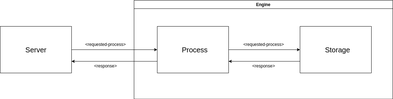
burakpadr/tuxdb keeps this draw.io diagram as docs/design/media/core-engine-design.png. Above is the earlier version. Source tidied: cells renumbered, new cells last; positions are measured from the earlier drawing's top-left corner, leaving out a move shared by most shapes.
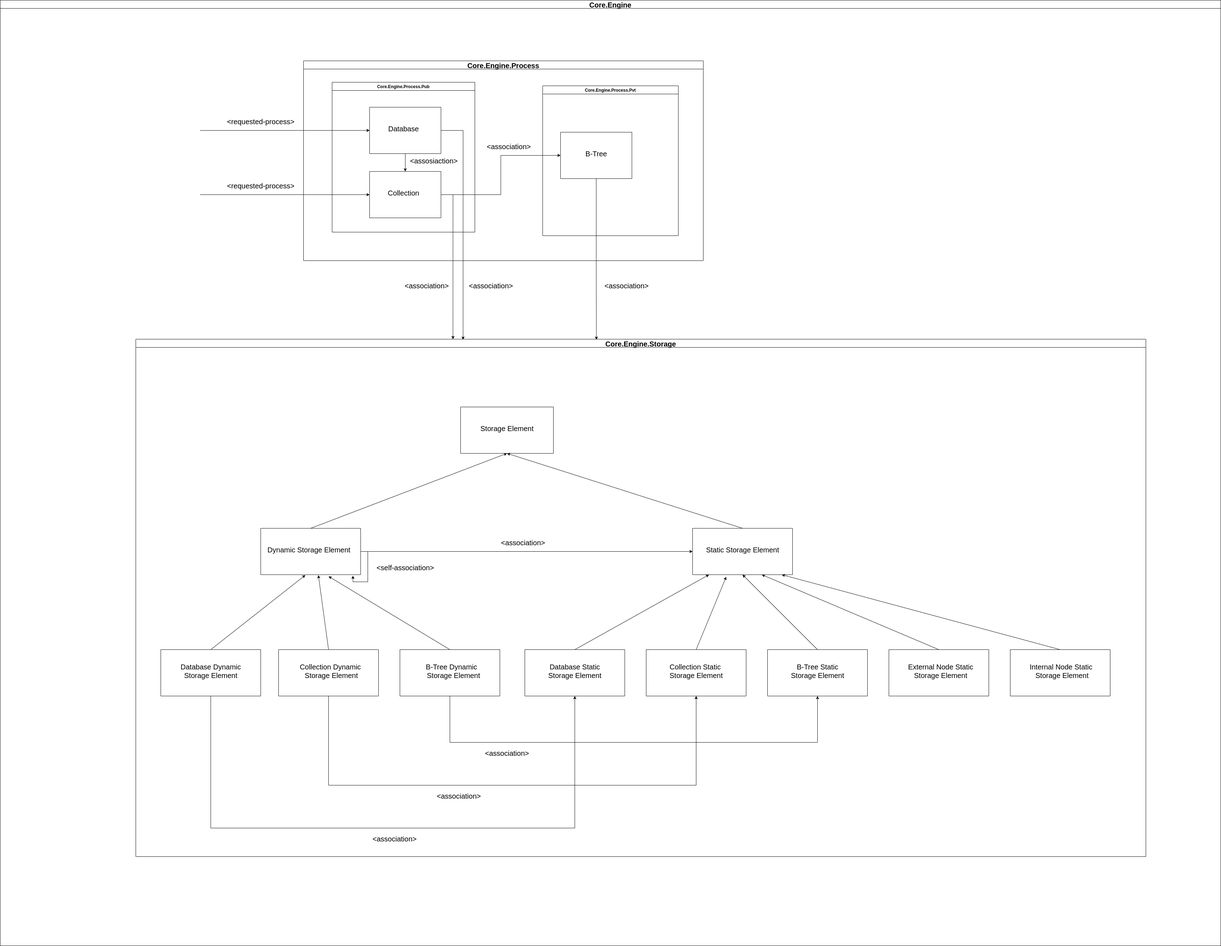
The same diagram one commit later.

What changed in the source:
```diff
@@ -2,50 +2,227 @@
   <root>
     <mxCell id="0" />
     <mxCell id="1" parent="0" />
-    <mxCell id="2" style="edgeStyle=orthogonalEdgeStyle;rounded=0;jettySize=auto;html=1;exitX=1;exitY=0.5;exitDx=0;exitDy=0;entryX=0;entryY=0.5;entryDx=0;entryDy=0;" parent="1" edge="1" source="3" target="13">
-      <mxGeometry relative="1" as="geometry" />
-    </mxCell>
-    <mxCell id="3" style="swimlane;startSize=0;" parent="1" vertex="1">
-      <mxGeometry y="72" width="200" height="130" as="geometry" />
-    </mxCell>
-    <mxCell id="4" value="&lt;font style=&quot;font-size: 20px&quot;&gt;Server&lt;/font&gt;" style="text;html=1;align=center;verticalAlign=middle;strokeColor=none;" parent="3" vertex="1">
-      <mxGeometry x="65" y="55" width="70" height="20" as="geometry" />
-    </mxCell>
-    <mxCell id="5" value="Engine" style="swimlane;" parent="1" vertex="1">
-      <mxGeometry x="375" y="-0.5" width="725" height="275" as="geometry" />
-    </mxCell>
-    <mxCell id="6" value="&lt;font style=&quot;font-size: 20px&quot;&gt;Process&lt;/font&gt;" style="text;html=1;align=center;verticalAlign=middle;strokeColor=none;" parent="5" vertex="1">
-      <mxGeometry x="125" y="127.5" width="90" height="20" as="geometry" />
-    </mxCell>
-    <mxCell id="7" style="swimlane;startSize=0;" parent="5" vertex="1">
-      <mxGeometry x="465" y="72.5" width="200" height="130" as="geometry" />
-    </mxCell>
-    <mxCell id="8" value="&lt;font style=&quot;font-size: 20px&quot;&gt;Storage&lt;/font&gt;" style="text;html=1;align=center;verticalAlign=middle;strokeColor=none;" parent="7" vertex="1">
-      <mxGeometry x="60" y="55" width="90" height="20" as="geometry" />
-    </mxCell>
-    <mxCell id="9" value="&amp;lt;requested-process&amp;gt;" style="text;html=1;align=center;verticalAlign=middle;strokeColor=none;" parent="5" vertex="1">
-      <mxGeometry x="297.5" y="112.5" width="130" height="20" as="geometry" />
-    </mxCell>
-    <mxCell id="10" value="&amp;lt;response&amp;gt;" style="text;html=1;align=center;verticalAlign=middle;strokeColor=none;" parent="5" vertex="1">
-      <mxGeometry x="322.5" y="172.5" width="80" height="20" as="geometry" />
-    </mxCell>
-    <mxCell id="11" style="edgeStyle=orthogonalEdgeStyle;rounded=0;jettySize=auto;html=1;exitX=1;exitY=0.5;exitDx=0;exitDy=0;entryX=0;entryY=0.5;entryDx=0;entryDy=0;" parent="1" edge="1" source="13" target="7">
-      <mxGeometry relative="1" as="geometry" />
-    </mxCell>
-    <mxCell id="12" style="edgeStyle=orthogonalEdgeStyle;rounded=0;jettySize=auto;html=1;exitX=0;exitY=0.75;exitDx=0;exitDy=0;entryX=1;entryY=0.75;entryDx=0;entryDy=0;" parent="1" edge="1" source="13" target="3">
-      <mxGeometry relative="1" as="geometry" />
-    </mxCell>
-    <mxCell id="13" style="swimlane;startSize=0;" parent="1" vertex="1">
-      <mxGeometry x="440" y="72" width="200" height="130" as="geometry" />
-    </mxCell>
-    <mxCell id="14" value="&amp;lt;requested-process&amp;gt;" style="text;html=1;align=center;verticalAlign=middle;strokeColor=none;" parent="1" vertex="1">
-      <mxGeometry x="230" y="112" width="130" height="20" as="geometry" />
-    </mxCell>
-    <mxCell id="15" style="edgeStyle=orthogonalEdgeStyle;rounded=0;jettySize=auto;html=1;exitX=0;exitY=0.75;exitDx=0;exitDy=0;entryX=1;entryY=0.75;entryDx=0;entryDy=0;" parent="1" edge="1" source="7" target="13">
-      <mxGeometry relative="1" as="geometry" />
-    </mxCell>
-    <mxCell id="16" value="&amp;lt;response&amp;gt;" style="text;html=1;align=center;verticalAlign=middle;strokeColor=none;" parent="1" vertex="1">
-      <mxGeometry x="255" y="172" width="80" height="20" as="geometry" />
-    </mxCell>
+    <mxCell id="17" value="Core.Engine.Process" style="swimlane;fontSize=20;" parent="1" vertex="1">
+      <mxGeometry x="190" y="-68" width="1120" height="560" as="geometry" />
+    </mxCell>
+    <mxCell id="18" value="Core.Engine.Process.Pub" style="swimlane;" parent="17" vertex="1">
+      <mxGeometry x="80" y="60" width="400" height="420" as="geometry" />
+    </mxCell>
+    <mxCell id="19" value="&lt;font style=&quot;font-size: 20px&quot;&gt;Database&lt;/font&gt;" style="text;html=1;align=center;verticalAlign=middle;strokeColor=none;" parent="18" vertex="1">
+      <mxGeometry x="150" y="120" width="100" height="20" as="geometry" />
+    </mxCell>
+    <mxCell id="20" value="&lt;font style=&quot;font-size: 20px&quot;&gt;Collection&lt;/font&gt;" style="text;html=1;align=center;verticalAlign=middle;strokeColor=none;" parent="18" vertex="1">
+      <mxGeometry x="150" y="300" width="100" height="20" as="geometry" />
+    </mxCell>
+    <mxCell id="21" value="&lt;font style=&quot;font-size: 20px&quot;&gt;&amp;lt;assosiaction&amp;gt;&lt;/font&gt;" style="text;html=1;align=center;verticalAlign=middle;strokeColor=none;" parent="18" vertex="1">
+      <mxGeometry x="210" y="210" width="150" height="20" as="geometry" />
+    </mxCell>
+    <mxCell id="22" style="swimlane;startSize=0;" parent="17" vertex="1">
+      <mxGeometry x="720" y="200" width="200" height="130" as="geometry" />
+    </mxCell>
+    <mxCell id="23" value="&lt;span style=&quot;font-size: 20px&quot;&gt;B-Tree&lt;/span&gt;" style="text;html=1;align=center;verticalAlign=middle;strokeColor=none;" parent="22" vertex="1">
+      <mxGeometry x="60" y="50" width="80" height="20" as="geometry" />
+    </mxCell>
+    <mxCell id="24" value="&lt;font style=&quot;font-size: 20px&quot;&gt;&amp;lt;association&amp;gt;&lt;/font&gt;" style="text;html=1;align=center;verticalAlign=middle;strokeColor=none;" parent="17" vertex="1">
+      <mxGeometry x="505" y="230" width="140" height="20" as="geometry" />
+    </mxCell>
+    <mxCell id="25" style="endArrow=classic;html=1;entryX=0;entryY=0.5;entryDx=0;entryDy=0;" parent="1" edge="1" target="29">
+      <mxGeometry relative="1" as="geometry">
+        <mxPoint x="-100" y="127" as="sourcePoint" />
+      </mxGeometry>
+    </mxCell>
+    <mxCell id="26" style="endArrow=classic;html=1;entryX=0;entryY=0.5;entryDx=0;entryDy=0;" parent="1" edge="1" target="32">
+      <mxGeometry relative="1" as="geometry">
+        <mxPoint x="-100" y="307" as="sourcePoint" />
+      </mxGeometry>
+    </mxCell>
+    <mxCell id="27" style="edgeStyle=orthogonalEdgeStyle;rounded=0;jettySize=auto;html=1;exitX=0.5;exitY=1;exitDx=0;exitDy=0;entryX=0.5;entryY=0;entryDx=0;entryDy=0;" parent="1" edge="1" source="29" target="32">
+      <mxGeometry relative="1" as="geometry" />
+    </mxCell>
+    <mxCell id="28" style="edgeStyle=orthogonalEdgeStyle;rounded=0;jettySize=auto;html=1;exitX=1;exitY=0.5;exitDx=0;exitDy=0;entryX=0.324;entryY=0.001;entryDx=0;entryDy=0;entryPerimeter=0;" parent="1" edge="1" source="29" target="35">
+      <mxGeometry relative="1" as="geometry" />
+    </mxCell>
+    <mxCell id="29" style="swimlane;startSize=0;" parent="1" vertex="1">
+      <mxGeometry x="375" y="62" width="200" height="130" as="geometry" />
+    </mxCell>
+    <mxCell id="30" style="edgeStyle=orthogonalEdgeStyle;rounded=0;jettySize=auto;html=1;exitX=1;exitY=0.5;exitDx=0;exitDy=0;entryX=0;entryY=0.5;entryDx=0;entryDy=0;" parent="1" edge="1" source="32" target="22">
+      <mxGeometry relative="1" as="geometry" />
+    </mxCell>
+    <mxCell id="31" style="edgeStyle=orthogonalEdgeStyle;rounded=0;jettySize=auto;html=1;exitX=1;exitY=0.5;exitDx=0;exitDy=0;entryX=0.314;entryY=0;entryDx=0;entryDy=0;entryPerimeter=0;" parent="1" edge="1" source="32" target="35">
+      <mxGeometry relative="1" as="geometry" />
+    </mxCell>
+    <mxCell id="32" style="swimlane;startSize=0;" parent="1" vertex="1">
+      <mxGeometry x="375" y="242" width="200" height="130" as="geometry" />
+    </mxCell>
+    <mxCell id="33" value="&lt;font style=&quot;font-size: 20px&quot;&gt;&amp;lt;requested-process&amp;gt;&lt;/font&gt;" style="text;html=1;align=center;verticalAlign=middle;strokeColor=none;rotation=0;" parent="1" vertex="1">
+      <mxGeometry x="-30" y="92" width="200" height="20" as="geometry" />
+    </mxCell>
+    <mxCell id="34" value="Core.Engine.Process.Pvt" style="swimlane;" parent="1" vertex="1">
+      <mxGeometry x="860" y="2" width="380" height="420" as="geometry" />
+    </mxCell>
+    <mxCell id="35" value="Core.Engine.Storage" style="swimlane;fontSize=20;" parent="1" vertex="1">
+      <mxGeometry x="-280" y="712" width="2830" height="1450" as="geometry" />
+    </mxCell>
+    <mxCell id="36" value="&lt;font style=&quot;font-size: 20px&quot;&gt;Storage Element&lt;/font&gt;" style="text;html=1;align=center;verticalAlign=middle;strokeColor=none;" parent="35" vertex="1">
+      <mxGeometry x="960" y="240" width="160" height="20" as="geometry" />
+    </mxCell>
+    <mxCell id="37" value="&lt;font style=&quot;font-size: 20px&quot;&gt;Dynamic Storage Element&lt;/font&gt;" style="text;html=1;align=center;verticalAlign=middle;strokeColor=none;" parent="35" vertex="1">
+      <mxGeometry x="360" y="580" width="250" height="20" as="geometry" />
+    </mxCell>
+    <mxCell id="38" value="&lt;font style=&quot;font-size: 20px&quot;&gt;Static Storage Element&lt;/font&gt;" style="text;html=1;align=center;verticalAlign=middle;strokeColor=none;" parent="35" vertex="1">
+      <mxGeometry x="1590" y="580" width="220" height="20" as="geometry" />
+    </mxCell>
+    <mxCell id="39" value="&lt;font style=&quot;font-size: 20px&quot;&gt;Database Dynamic&lt;br&gt;Storage Element&lt;/font&gt;" style="text;html=1;align=center;verticalAlign=middle;strokeColor=none;" parent="35" vertex="1">
+      <mxGeometry x="120" y="910" width="180" height="40" as="geometry" />
+    </mxCell>
+    <mxCell id="40" value="&lt;font style=&quot;font-size: 20px&quot;&gt;Collection Dynamic&lt;br&gt;&amp;nbsp;Storage Element&lt;/font&gt;" style="text;html=1;align=center;verticalAlign=middle;strokeColor=none;" parent="35" vertex="1">
+      <mxGeometry x="450" y="910" width="190" height="40" as="geometry" />
+    </mxCell>
+    <mxCell id="41" value="&lt;font style=&quot;font-size: 20px&quot;&gt;B-Tree Dynamic&amp;nbsp; &lt;br&gt;Storage Element&lt;/font&gt;" style="text;html=1;align=center;verticalAlign=middle;strokeColor=none;" parent="35" vertex="1">
+      <mxGeometry x="810" y="910" width="160" height="40" as="geometry" />
+    </mxCell>
+    <mxCell id="42" value="&lt;font style=&quot;font-size: 20px&quot;&gt;&amp;lt;association&amp;gt;&lt;/font&gt;" style="text;html=1;align=center;verticalAlign=middle;strokeColor=none;" parent="35" vertex="1">
+      <mxGeometry x="1015" y="560" width="140" height="20" as="geometry" />
+    </mxCell>
+    <mxCell id="43" value="&lt;font style=&quot;font-size: 20px&quot;&gt;Database Static&lt;br&gt;Storage Element&lt;br&gt;&lt;/font&gt;" style="text;html=1;align=center;verticalAlign=middle;strokeColor=none;" parent="35" vertex="1">
+      <mxGeometry x="1150" y="910" width="160" height="40" as="geometry" />
+    </mxCell>
+    <mxCell id="44" value="&lt;font style=&quot;font-size: 20px&quot;&gt;Collection Static &lt;br&gt;Storage Element&lt;/font&gt;" style="text;html=1;align=center;verticalAlign=middle;strokeColor=none;" parent="35" vertex="1">
+      <mxGeometry x="1490" y="910" width="160" height="40" as="geometry" />
+    </mxCell>
+    <mxCell id="45" value="&lt;font style=&quot;font-size: 20px&quot;&gt;B-Tree Static&lt;br&gt;Storage Element&lt;br&gt;&lt;/font&gt;" style="text;html=1;align=center;verticalAlign=middle;strokeColor=none;" parent="35" vertex="1">
+      <mxGeometry x="1830" y="910" width="160" height="40" as="geometry" />
+    </mxCell>
+    <mxCell id="46" value="&lt;font style=&quot;font-size: 20px&quot;&gt;External Node Static&lt;br&gt;Storage Element&lt;br&gt;&lt;/font&gt;" style="text;html=1;align=center;verticalAlign=middle;strokeColor=none;" parent="35" vertex="1">
+      <mxGeometry x="2155" y="910" width="200" height="40" as="geometry" />
+    </mxCell>
+    <mxCell id="47" value="&lt;font style=&quot;font-size: 20px&quot;&gt;Internal Node Static &lt;br&gt;Storage Element&lt;/font&gt;" style="text;html=1;align=center;verticalAlign=middle;strokeColor=none;" parent="35" vertex="1">
+      <mxGeometry x="2500" y="910" width="190" height="40" as="geometry" />
+    </mxCell>
+    <mxCell id="48" value="&lt;font style=&quot;font-size: 20px&quot;&gt;&amp;lt;association&amp;gt;&lt;/font&gt;" style="text;html=1;align=center;verticalAlign=middle;strokeColor=none;" parent="35" vertex="1">
+      <mxGeometry x="835" y="1270" width="140" height="20" as="geometry" />
+    </mxCell>
+    <mxCell id="49" value="&lt;font style=&quot;font-size: 20px&quot;&gt;&amp;lt;association&amp;gt;&lt;/font&gt;" style="text;html=1;align=center;verticalAlign=middle;strokeColor=none;" parent="35" vertex="1">
+      <mxGeometry x="970" y="1150" width="140" height="20" as="geometry" />
+    </mxCell>
+    <mxCell id="50" value="&lt;font style=&quot;font-size: 20px&quot;&gt;&amp;lt;association&amp;gt;&lt;/font&gt;" style="text;html=1;align=center;verticalAlign=middle;strokeColor=none;" parent="35" vertex="1">
+      <mxGeometry x="655" y="1390" width="140" height="20" as="geometry" />
+    </mxCell>
+    <mxCell id="51" style="swimlane;startSize=0;" parent="1" vertex="1">
+      <mxGeometry x="630" y="902" width="260" height="130" as="geometry" />
+    </mxCell>
+    <mxCell id="52" style="edgeStyle=orthogonalEdgeStyle;rounded=0;jettySize=auto;html=1;exitX=1;exitY=0.5;exitDx=0;exitDy=0;entryX=0;entryY=0.5;entryDx=0;entryDy=0;" parent="1" edge="1" source="53" target="54">
+      <mxGeometry relative="1" as="geometry" />
+    </mxCell>
+    <mxCell id="53" style="swimlane;startSize=0;" parent="1" vertex="1">
+      <mxGeometry x="70" y="1242" width="280" height="130" as="geometry" />
+    </mxCell>
+    <mxCell id="54" style="swimlane;startSize=0;" parent="1" vertex="1">
+      <mxGeometry x="1280" y="1242" width="280" height="130" as="geometry" />
+    </mxCell>
+    <mxCell id="55" style="endArrow=classic;html=1;exitX=0.5;exitY=0;exitDx=0;exitDy=0;entryX=0.5;entryY=1;entryDx=0;entryDy=0;" parent="1" edge="1" source="53" target="51">
+      <mxGeometry relative="1" as="geometry" />
+    </mxCell>
+    <mxCell id="56" style="endArrow=classic;html=1;exitX=0.5;exitY=0;exitDx=0;exitDy=0;entryX=0.5;entryY=1;entryDx=0;entryDy=0;" parent="1" edge="1" source="54" target="51">
+      <mxGeometry relative="1" as="geometry" />
+    </mxCell>
+    <mxCell id="57" style="edgeStyle=orthogonalEdgeStyle;rounded=0;jettySize=auto;html=1;exitX=0.5;exitY=1;exitDx=0;exitDy=0;entryX=0.5;entryY=1;entryDx=0;entryDy=0;" parent="1" edge="1" source="58" target="68">
+      <mxGeometry relative="1" as="geometry">
+        <Array as="points">
+          <mxPoint x="-70" y="2082" />
+          <mxPoint x="950" y="2082" />
+        </Array>
+      </mxGeometry>
+    </mxCell>
+    <mxCell id="58" style="swimlane;startSize=0;" parent="1" vertex="1">
+      <mxGeometry x="-210" y="1582" width="280" height="130" as="geometry" />
+    </mxCell>
+    <mxCell id="59" style="edgeStyle=orthogonalEdgeStyle;rounded=0;jettySize=auto;html=1;exitX=0.5;exitY=1;exitDx=0;exitDy=0;entryX=0.5;entryY=1;entryDx=0;entryDy=0;" parent="1" edge="1" source="60" target="69">
+      <mxGeometry relative="1" as="geometry">
+        <Array as="points">
+          <mxPoint x="260" y="1962" />
+          <mxPoint x="1290" y="1962" />
+        </Array>
+      </mxGeometry>
+    </mxCell>
+    <mxCell id="60" style="swimlane;startSize=0;" parent="1" vertex="1">
+      <mxGeometry x="120" y="1582" width="280" height="130" as="geometry" />
+    </mxCell>
+    <mxCell id="61" style="edgeStyle=orthogonalEdgeStyle;rounded=0;jettySize=auto;html=1;exitX=0.5;exitY=1;exitDx=0;exitDy=0;entryX=0.5;entryY=1;entryDx=0;entryDy=0;" parent="1" edge="1" source="62" target="70">
+      <mxGeometry relative="1" as="geometry">
+        <Array as="points">
+          <mxPoint x="600" y="1842" />
+          <mxPoint x="1630" y="1842" />
+        </Array>
+      </mxGeometry>
+    </mxCell>
+    <mxCell id="62" style="swimlane;startSize=0;" parent="1" vertex="1">
+      <mxGeometry x="460" y="1582" width="280" height="130" as="geometry" />
+    </mxCell>
+    <mxCell id="63" style="endArrow=classic;html=1;exitX=0.5;exitY=0;exitDx=0;exitDy=0;entryX=0.446;entryY=1.01;entryDx=0;entryDy=0;entryPerimeter=0;" parent="1" edge="1" source="58" target="53">
+      <mxGeometry relative="1" as="geometry" />
+    </mxCell>
+    <mxCell id="64" style="endArrow=classic;html=1;exitX=0.5;exitY=0;exitDx=0;exitDy=0;entryX=0.577;entryY=1.01;entryDx=0;entryDy=0;entryPerimeter=0;" parent="1" edge="1" source="60" target="53">
+      <mxGeometry relative="1" as="geometry" />
+    </mxCell>
+    <mxCell id="65" style="endArrow=classic;html=1;exitX=0.5;exitY=0;exitDx=0;exitDy=0;entryX=0.679;entryY=1.036;entryDx=0;entryDy=0;entryPerimeter=0;" parent="1" edge="1" source="62" target="53">
+      <mxGeometry relative="1" as="geometry" />
+    </mxCell>
+    <mxCell id="66" style="edgeStyle=orthogonalEdgeStyle;rounded=0;orthogonalLoop=1;jettySize=auto;html=1;exitX=1;exitY=0.5;exitDx=0;exitDy=0;entryX=0.923;entryY=1.023;entryDx=0;entryDy=0;entryPerimeter=0;" parent="1" edge="1" source="53" target="53">
+      <mxGeometry relative="1" as="geometry" />
+    </mxCell>
+    <mxCell id="67" value="&lt;font style=&quot;font-size: 20px&quot;&gt;&amp;lt;self-association&amp;gt;&lt;/font&gt;" style="text;html=1;align=center;verticalAlign=middle;strokeColor=none;" parent="1" vertex="1">
+      <mxGeometry x="385" y="1342" width="180" height="20" as="geometry" />
+    </mxCell>
+    <mxCell id="68" style="swimlane;startSize=0;" parent="1" vertex="1">
+      <mxGeometry x="810" y="1582" width="280" height="130" as="geometry" />
+    </mxCell>
+    <mxCell id="69" style="swimlane;startSize=0;" parent="1" vertex="1">
+      <mxGeometry x="1150" y="1582" width="280" height="130" as="geometry" />
+    </mxCell>
+    <mxCell id="70" style="swimlane;startSize=0;" parent="1" vertex="1">
+      <mxGeometry x="1490" y="1582" width="280" height="130" as="geometry" />
+    </mxCell>
+    <mxCell id="71" style="swimlane;startSize=0;" parent="1" vertex="1">
+      <mxGeometry x="1830" y="1582" width="280" height="130" as="geometry" />
+    </mxCell>
+    <mxCell id="72" style="swimlane;startSize=0;" parent="1" vertex="1">
+      <mxGeometry x="2170" y="1582" width="280" height="130" as="geometry" />
+    </mxCell>
+    <mxCell id="73" style="endArrow=classic;html=1;exitX=0.5;exitY=0;exitDx=0;exitDy=0;entryX=0.164;entryY=1;entryDx=0;entryDy=0;entryPerimeter=0;" parent="1" edge="1" source="68" target="54">
+      <mxGeometry relative="1" as="geometry" />
+    </mxCell>
+    <mxCell id="74" style="endArrow=classic;html=1;exitX=0.5;exitY=0;exitDx=0;exitDy=0;entryX=0.336;entryY=1.046;entryDx=0;entryDy=0;entryPerimeter=0;" parent="1" edge="1" source="69" target="54">
+      <mxGeometry relative="1" as="geometry" />
+    </mxCell>
+    <mxCell id="75" style="endArrow=classic;html=1;exitX=0.5;exitY=0;exitDx=0;exitDy=0;entryX=0.5;entryY=1;entryDx=0;entryDy=0;" parent="1" edge="1" source="70" target="54">
+      <mxGeometry relative="1" as="geometry" />
+    </mxCell>
+    <mxCell id="76" style="endArrow=classic;html=1;exitX=0.5;exitY=0;exitDx=0;exitDy=0;entryX=0.693;entryY=1;entryDx=0;entryDy=0;entryPerimeter=0;" parent="1" edge="1" source="71" target="54">
+      <mxGeometry relative="1" as="geometry" />
+    </mxCell>
+    <mxCell id="77" style="endArrow=classic;html=1;exitX=0.5;exitY=0;exitDx=0;exitDy=0;" parent="1" edge="1" source="72">
+      <mxGeometry relative="1" as="geometry">
+        <mxPoint x="1530" y="1372" as="targetPoint" />
+      </mxGeometry>
+    </mxCell>
+    <mxCell id="78" style="edgeStyle=orthogonalEdgeStyle;rounded=0;jettySize=auto;html=1;exitX=0.5;exitY=1;exitDx=0;exitDy=0;entryX=0.456;entryY=0.001;entryDx=0;entryDy=0;entryPerimeter=0;" parent="1" edge="1" source="22" target="35">
+      <mxGeometry relative="1" as="geometry" />
+    </mxCell>
+    <mxCell id="79" value="&lt;font style=&quot;font-size: 20px&quot;&gt;&amp;lt;association&amp;gt;&lt;/font&gt;" style="text;html=1;align=center;verticalAlign=middle;strokeColor=none;" parent="1" vertex="1">
+      <mxGeometry x="465" y="552" width="140" height="20" as="geometry" />
+    </mxCell>
+    <mxCell id="80" value="&lt;font style=&quot;font-size: 20px&quot;&gt;&amp;lt;association&amp;gt;&lt;/font&gt;" style="text;html=1;align=center;verticalAlign=middle;strokeColor=none;" parent="1" vertex="1">
+      <mxGeometry x="645" y="552" width="140" height="20" as="geometry" />
+    </mxCell>
+    <mxCell id="81" value="&lt;font style=&quot;font-size: 20px&quot;&gt;&amp;lt;&lt;font style=&quot;font-size: 20px&quot;&gt;association&amp;gt;&lt;/font&gt;&lt;/font&gt;" style="text;html=1;align=center;verticalAlign=middle;strokeColor=none;" parent="1" vertex="1">
+      <mxGeometry x="1025" y="552" width="140" height="20" as="geometry" />
+    </mxCell>
+    <mxCell id="82" value="Core.Engine" style="swimlane;startSize=23;fontSize=20;" parent="1" vertex="1">
+      <mxGeometry x="-660" y="-238" width="3420" height="2650" as="geometry" />
+    </mxCell>
+    <mxCell id="83" value="&lt;font style=&quot;font-size: 20px&quot;&gt;&amp;lt;requested-process&amp;gt;&lt;/font&gt;" style="text;html=1;align=center;verticalAlign=middle;strokeColor=none;rotation=0;" parent="82" vertex="1">
+      <mxGeometry x="630" y="510" width="200" height="20" as="geometry" />
+    </mxCell>
   </root>
 </mxGraphModel>
```
